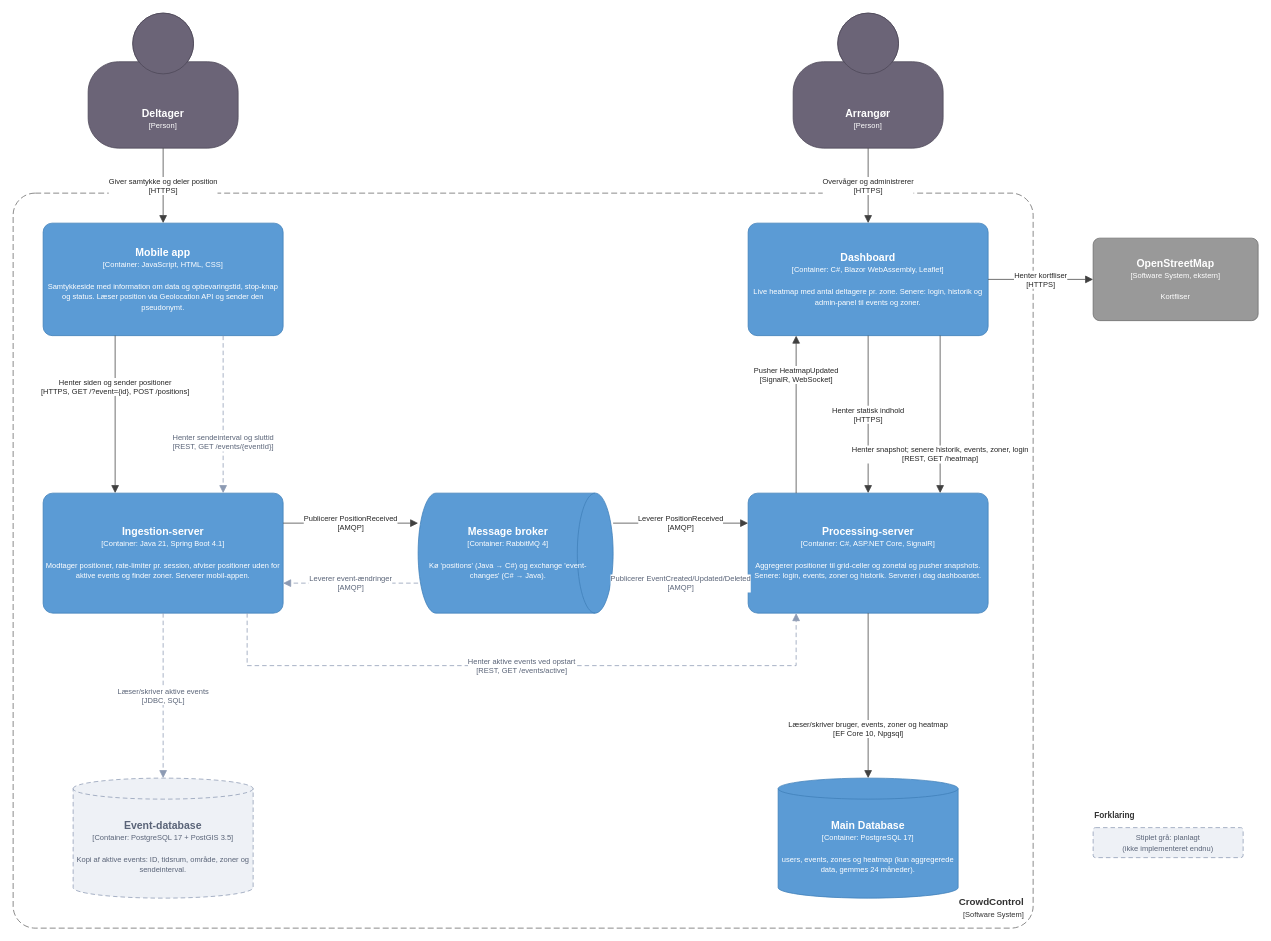
Topnz/CrowdControl keeps this draw.io diagram as docs/architecture/design/c2/c2-containere.drawio. Above is the earlier version. Source tidied: cells renumbered, new cells numbered last; positions are measured from the earlier drawing's top-left corner, leaving out a move shared by most shapes. Both pictures are drawn from the tidied source at 75%, with x=0, y=0 at pixel (13, 13).
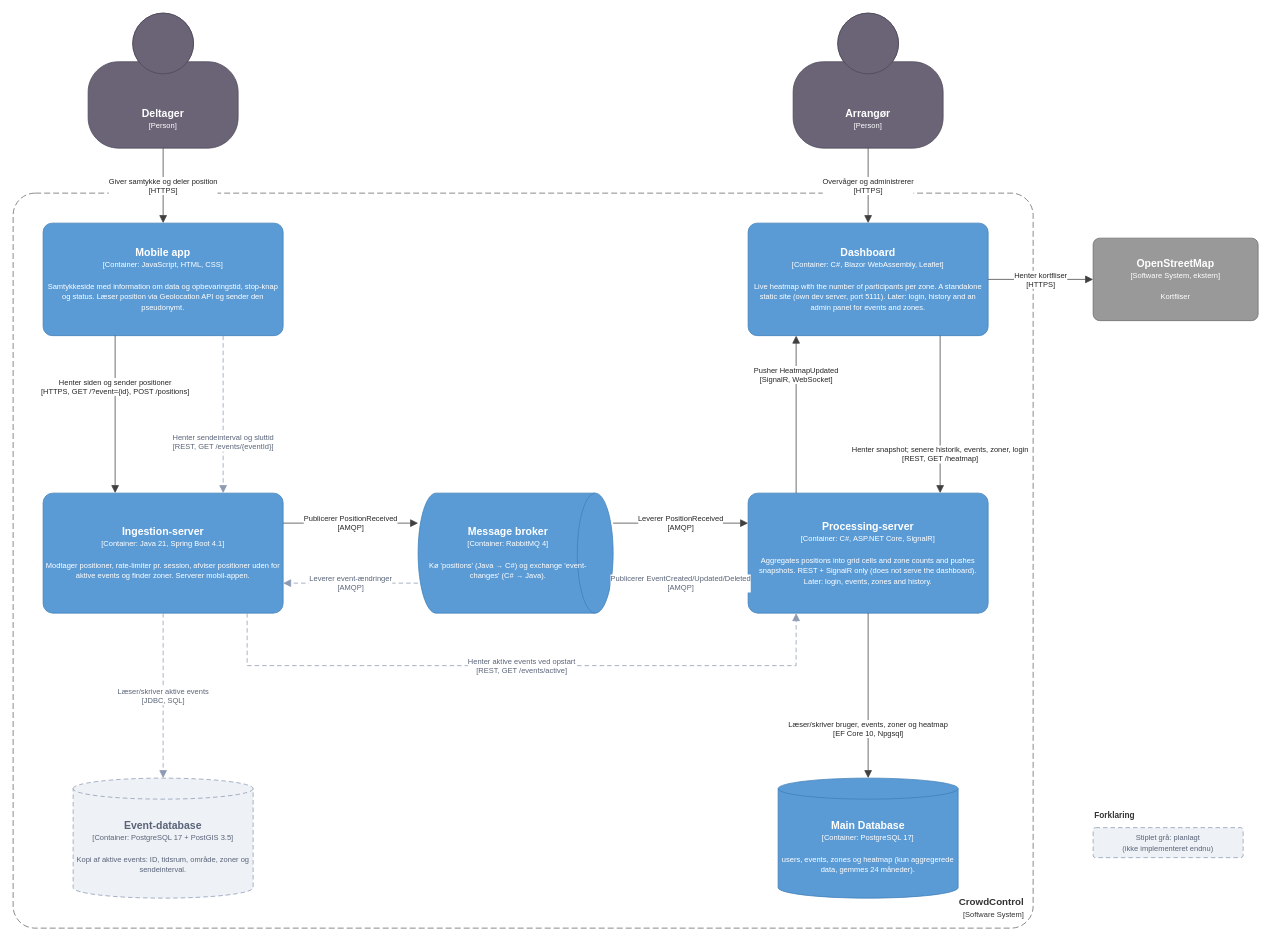
After the change.

Commit message (it also covers changes not shown here):
Docs: describe the dashboard as its own solution (PR 4)

Change to the diagram source:
```diff
@@
-    <mxCell id="6" value="&lt;b style='font-size:14px'&gt;Dashboard&lt;/b&gt;&lt;br&gt;&lt;span style='font-size:10px'&gt;[Container: C#, Blazor WebAssembly, Leaflet]&lt;/span&gt;&lt;br&gt;&lt;br&gt;&lt;span style='font-size:10px'&gt;Live heatmap med antal deltagere pr. zone. Senere: login, historik og admin-panel til events og zoner.&lt;/span&gt;" style="html=1;whiteSpace=wrap;align=center;verticalAlign=middle;fontFamily=Helvetica;rounded=1;arcSize=8;fillColor=#5b9bd5;strokeColor=#3f7fb9;fontColor=#ffffff;" parent="1" vertex="1">
+    <mxCell id="6" value="&lt;b style='font-size:14px'&gt;Dashboard&lt;/b&gt;&lt;br&gt;&lt;span style='font-size:10px'&gt;[Container: C#, Blazor WebAssembly, Leaflet]&lt;/span&gt;&lt;br&gt;&lt;br&gt;&lt;span style='font-size:10px'&gt;Live heatmap with the number of participants per zone. A standalone static site (own dev server, port 5111). Later: login, history and an admin panel for events and zones.&lt;/span&gt;" style="html=1;whiteSpace=wrap;align=center;verticalAlign=middle;fontFamily=Helvetica;rounded=1;arcSize=8;fillColor=#5b9bd5;strokeColor=#3f7fb9;fontColor=#ffffff;" parent="1" vertex="1">
       <mxGeometry x="980" y="280" width="320" height="150" as="geometry" />
     </mxCell>
@@
-    <mxCell id="9" value="&lt;b style='font-size:14px'&gt;Processing-server&lt;/b&gt;&lt;br&gt;&lt;span style='font-size:10px'&gt;[Container: C#, ASP.NET Core, SignalR]&lt;/span&gt;&lt;br&gt;&lt;br&gt;&lt;span style='font-size:10px'&gt;Aggregerer positioner til grid-celler og zonetal og pusher snapshots. Senere: login, events, zoner og historik. Serverer i dag dashboardet.&lt;/span&gt;" style="html=1;whiteSpace=wrap;align=center;verticalAlign=middle;fontFamily=Helvetica;rounded=1;arcSize=8;fillColor=#5b9bd5;strokeColor=#3f7fb9;fontColor=#ffffff;" parent="1" vertex="1">
+    <mxCell id="9" value="&lt;b style='font-size:14px'&gt;Processing-server&lt;/b&gt;&lt;br&gt;&lt;span style='font-size:10px'&gt;[Container: C#, ASP.NET Core, SignalR]&lt;/span&gt;&lt;br&gt;&lt;br&gt;&lt;span style='font-size:10px'&gt;Aggregates positions into grid cells and zone counts and pushes snapshots. REST + SignalR only (does not serve the dashboard). Later: login, events, zones and history.&lt;/span&gt;" style="html=1;whiteSpace=wrap;align=center;verticalAlign=middle;fontFamily=Helvetica;rounded=1;arcSize=8;fillColor=#5b9bd5;strokeColor=#3f7fb9;fontColor=#ffffff;" parent="1" vertex="1">
       <mxGeometry x="980" y="640" width="320" height="160" as="geometry" />
     </mxCell>
@@
-    <mxCell id="25" value="Henter statisk indhold&lt;br&gt;[HTTPS]" style="edgeStyle=orthogonalEdgeStyle;rounded=0;html=1;endArrow=block;endFill=1;endSize=8;strokeColor=#404040;fontColor=#262626;fontSize=10;fontFamily=Helvetica;labelBackgroundColor=#ffffff;exitX=0.5;exitY=1;entryX=0.5;entryY=0;" parent="1" edge="1" source="6" target="9">
-      <mxGeometry relative="1" as="geometry" />
-    </mxCell>
```
